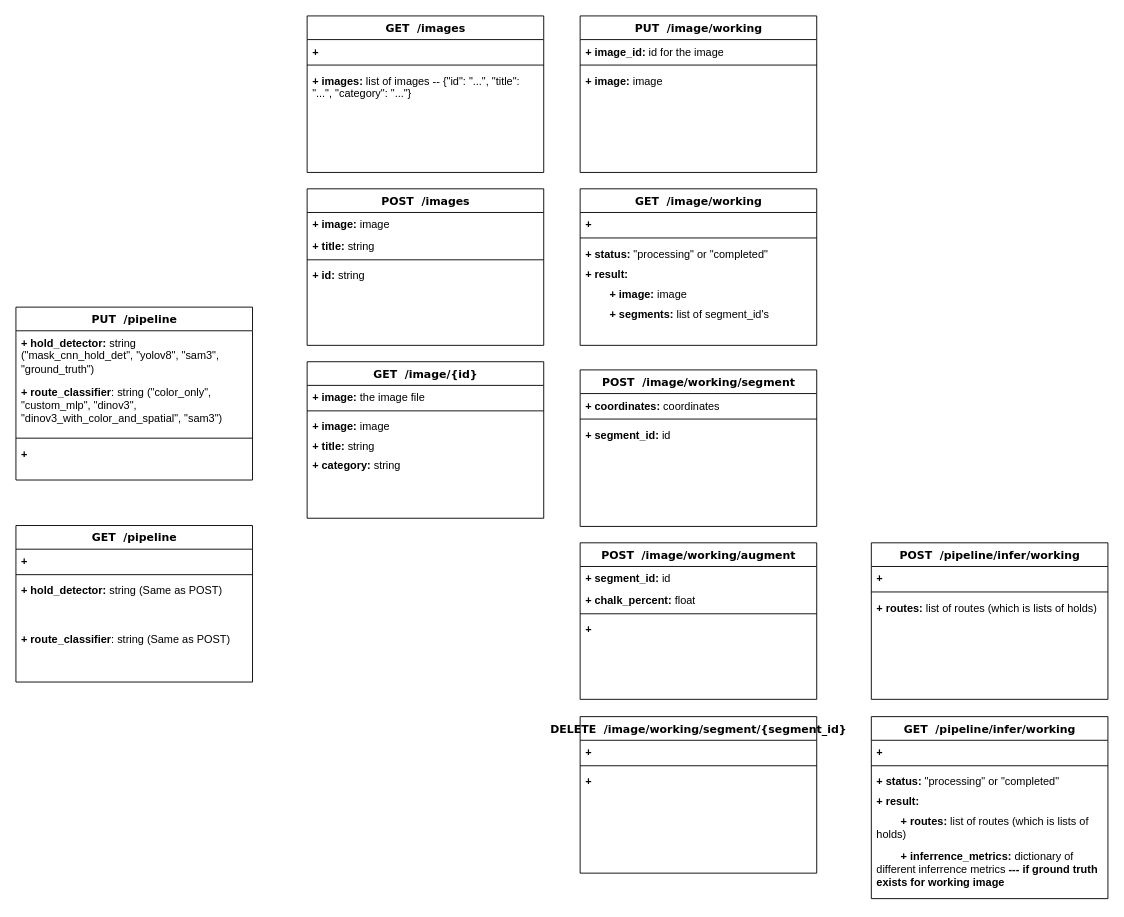
Earlier version of the draw.io diagram docs/diagrams/spec_rest_api.drawio (mac-edmondson/zero-shot-route-segmentation). Source tidied: cells renumbered, new cells numbered last; positions are measured from the earlier drawing's top-left corner, leaving out a move shared by most shapes. Both pictures are drawn from the tidied source at 91%, with x=0, y=0 at pixel (15, 15).
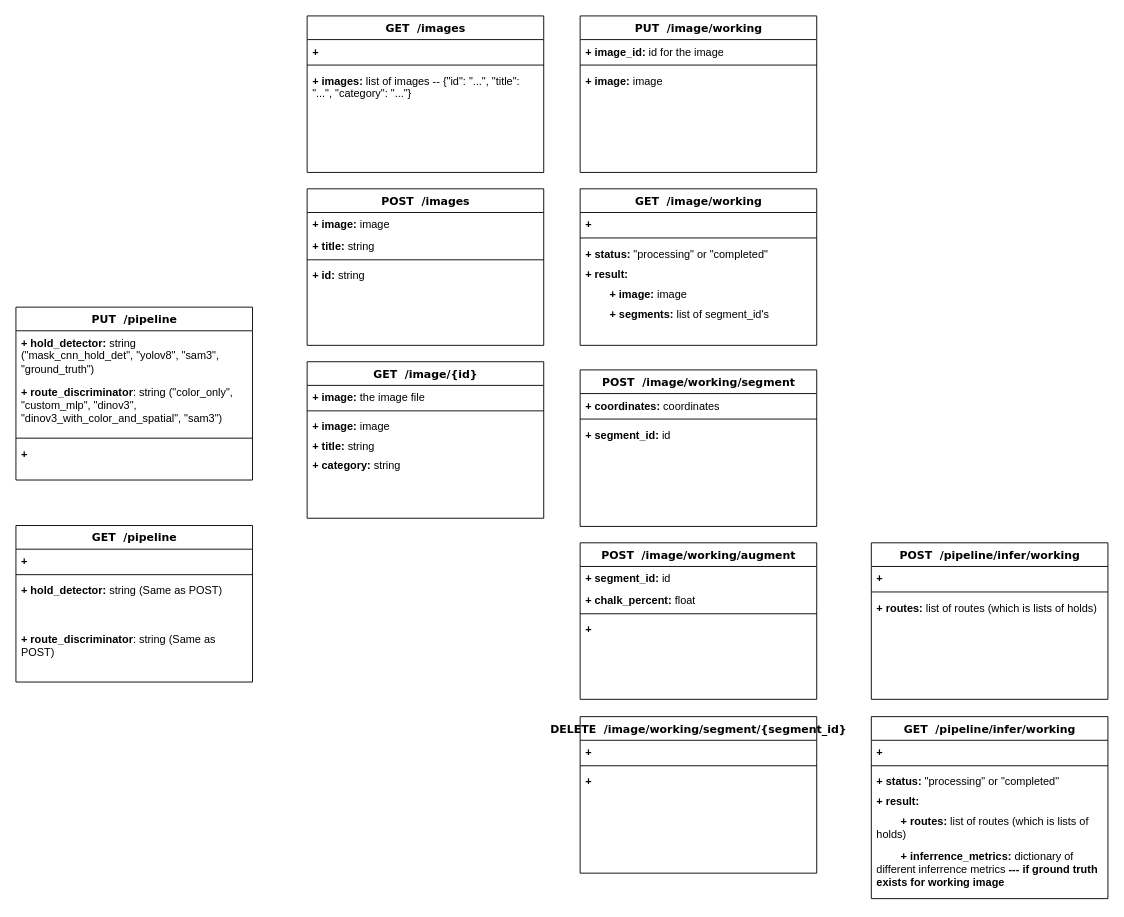
The same diagram, later.

Unchanged cells that the change refers to:
```xml
<mxCell id="2" value="PUT&amp;nbsp; /pipeline" style="swimlane;html=1;fontStyle=1;align=center;verticalAlign=top;horizontal=1;startSize=26;swimlaneFillColor=#ffffff;rounded=0;shadow=0;comic=0;labelBackgroundColor=none;strokeWidth=1;fillColor=none;fontFamily=Verdana;fontSize=12;" parent="1" vertex="1">
  <mxGeometry y="320" width="260" height="190" as="geometry" />
</mxCell>
<mxCell id="7" value="GET&amp;nbsp; /pipeline" style="swimlane;html=1;fontStyle=1;align=center;verticalAlign=top;horizontal=1;startSize=26;swimlaneFillColor=#ffffff;rounded=0;shadow=0;comic=0;labelBackgroundColor=none;strokeWidth=1;fillColor=none;fontFamily=Verdana;fontSize=12;" parent="1" vertex="1">
  <mxGeometry y="560" width="260" height="172" as="geometry" />
</mxCell>
```

What changed in the source:
```diff
@@
-    <mxCell id="4" value="&lt;b&gt;+ route_classifier&lt;/b&gt;: string (&quot;color_only&quot;, &quot;custom_mlp&quot;, &quot;dinov3&quot;, &quot;dinov3_with_color_and_spatial&quot;, &quot;sam3&quot;)&amp;nbsp;" style="text;html=1;strokeColor=none;fillColor=none;align=left;verticalAlign=top;spacingLeft=4;spacingRight=4;whiteSpace=wrap;overflow=hidden;" parent="2" vertex="1">
+    <mxCell id="4" value="&lt;b&gt;+ route_discriminator&lt;/b&gt;: string (&quot;color_only&quot;, &quot;custom_mlp&quot;, &quot;dinov3&quot;, &quot;dinov3_with_color_and_spatial&quot;, &quot;sam3&quot;)&amp;nbsp;" style="text;html=1;strokeColor=none;fillColor=none;align=left;verticalAlign=top;spacingLeft=4;spacingRight=4;whiteSpace=wrap;overflow=hidden;" parent="2" vertex="1">
       <mxGeometry y="80" width="260" height="60" as="geometry" />
     </mxCell>
@@
-    <mxCell id="11" value="&lt;b&gt;+ route_classifier&lt;/b&gt;: string (Same as POST)&amp;nbsp;" style="text;html=1;strokeColor=none;fillColor=none;align=left;verticalAlign=top;spacingLeft=4;spacingRight=4;whiteSpace=wrap;overflow=hidden;" parent="7" vertex="1">
+    <mxCell id="11" value="&lt;b&gt;+ route_discriminator&lt;/b&gt;: string (Same as POST)&amp;nbsp;" style="text;html=1;strokeColor=none;fillColor=none;align=left;verticalAlign=top;spacingLeft=4;spacingRight=4;whiteSpace=wrap;overflow=hidden;" parent="7" vertex="1">
       <mxGeometry y="112" width="260" height="60" as="geometry" />
     </mxCell>
```
